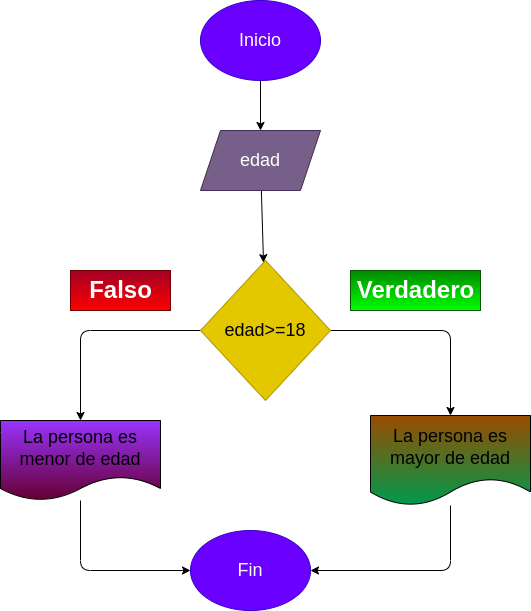
Above: ejercicio9_multiplo/diagrama.png in juanomanino/EjerciciosIftemporal (draw.io), before the change. Source tidied: cells renumbered, new cells last; positions are measured from the earlier drawing's top-left corner, leaving out a move shared by most shapes.
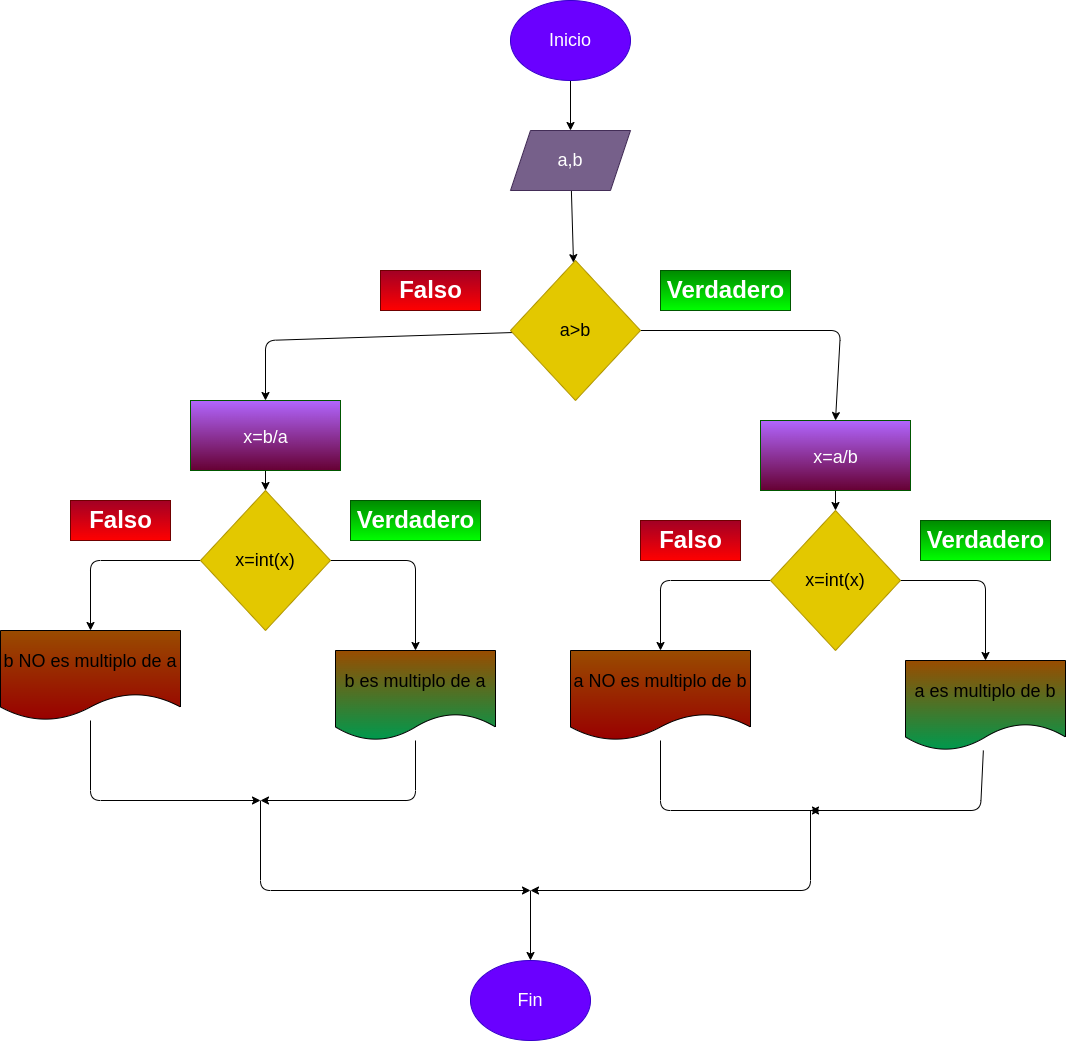
After the change.

What changed in the source:
```diff
@@ -11,45 +11,36 @@
     <mxCell id="4" style="edgeStyle=none;html=1;fontSize=18;" parent="1" edge="1" source="5" target="8">
       <mxGeometry relative="1" as="geometry" />
     </mxCell>
-    <mxCell id="5" value="&lt;font style=&quot;font-size: 18px&quot;&gt;edad&lt;/font&gt;" style="shape=parallelogram;perimeter=parallelogramPerimeter;whiteSpace=wrap;html=1;fixedSize=1;fillColor=#76608a;fontColor=#ffffff;strokeColor=#432D57;" parent="1" vertex="1">
+    <mxCell id="5" value="&lt;font style=&quot;font-size: 18px&quot;&gt;a,b&lt;/font&gt;" style="shape=parallelogram;perimeter=parallelogramPerimeter;whiteSpace=wrap;html=1;fixedSize=1;fillColor=#76608a;fontColor=#ffffff;strokeColor=#432D57;" parent="1" vertex="1">
       <mxGeometry x="200" y="130" width="120" height="60" as="geometry" />
     </mxCell>
-    <mxCell id="6" style="edgeStyle=none;html=1;entryX=0.5;entryY=0;entryDx=0;entryDy=0;fontSize=18;" parent="1" edge="1" source="8" target="12">
-      <mxGeometry relative="1" as="geometry">
-        <Array as="points">
-          <mxPoint x="450" y="330" />
-        </Array>
-      </mxGeometry>
-    </mxCell>
-    <mxCell id="7" style="edgeStyle=none;html=1;exitX=0;exitY=0.5;exitDx=0;exitDy=0;entryX=0.5;entryY=0;entryDx=0;entryDy=0;fontSize=18;" parent="1" edge="1" source="8" target="10">
-      <mxGeometry relative="1" as="geometry">
-        <Array as="points">
-          <mxPoint x="80" y="330" />
-        </Array>
-      </mxGeometry>
-    </mxCell>
+    <mxCell id="16" style="edgeStyle=none;html=1;entryX=0.5;entryY=0;entryDx=0;entryDy=0;" parent="1" edge="1" source="8" target="20">
+      <mxGeometry relative="1" as="geometry">
+        <Array as="points">
+          <mxPoint x="530" y="330" />
+        </Array>
+      </mxGeometry>
+    </mxCell>
+    <mxCell id="17" style="edgeStyle=none;html=1;fontSize=18;entryX=0.5;entryY=0;entryDx=0;entryDy=0;" parent="1" edge="1" source="8" target="31">
+      <mxGeometry relative="1" as="geometry">
+        <Array as="points">
+          <mxPoint x="-45" y="340" />
+        </Array>
+      </mxGeometry>
+    </mxCell>
-    <mxCell id="8" value="edad&amp;gt;=18" style="rhombus;whiteSpace=wrap;html=1;fontSize=18;fillColor=#e3c800;fontColor=#000000;strokeColor=#B09500;" parent="1" vertex="1">
+    <mxCell id="8" value="a&amp;gt;b" style="rhombus;whiteSpace=wrap;html=1;fontSize=18;fillColor=#e3c800;fontColor=#000000;strokeColor=#B09500;" parent="1" vertex="1">
       <mxGeometry x="200" y="260" width="130" height="140" as="geometry" />
     </mxCell>
-    <mxCell id="9" style="edgeStyle=none;html=1;entryX=0;entryY=0.5;entryDx=0;entryDy=0;fontSize=18;" parent="1" edge="1" source="10" target="15">
-      <mxGeometry relative="1" as="geometry">
-        <Array as="points">
-          <mxPoint x="80" y="570" />
-        </Array>
-      </mxGeometry>
-    </mxCell>
-    <mxCell id="10" value="La persona es menor de edad" style="shape=document;whiteSpace=wrap;html=1;boundedLbl=1;fontSize=18;fillColor=#9933FF;gradientColor=#660033;" parent="1" vertex="1">
-      <mxGeometry y="420" width="160" height="80" as="geometry" />
-    </mxCell>
-    <mxCell id="11" style="edgeStyle=none;html=1;entryX=1;entryY=0.5;entryDx=0;entryDy=0;fontSize=18;" parent="1" edge="1" source="12" target="15">
-      <mxGeometry relative="1" as="geometry">
-        <Array as="points">
-          <mxPoint x="450" y="570" />
-        </Array>
-      </mxGeometry>
-    </mxCell>
+    <mxCell id="18" style="edgeStyle=none;html=1;fontSize=18;" parent="1" edge="1" source="12">
+      <mxGeometry relative="1" as="geometry">
+        <mxPoint x="500" y="810" as="targetPoint" />
+        <Array as="points">
+          <mxPoint x="670" y="810" />
+        </Array>
+      </mxGeometry>
+    </mxCell>
-    <mxCell id="12" value="La persona es mayor de edad" style="shape=document;whiteSpace=wrap;html=1;boundedLbl=1;fontSize=18;gradientColor=#00994D;fillColor=#994C00;" parent="1" vertex="1">
-      <mxGeometry x="370" y="415" width="160" height="90" as="geometry" />
+    <mxCell id="12" value="a es multiplo de b" style="shape=document;whiteSpace=wrap;html=1;boundedLbl=1;fontSize=18;gradientColor=#00994D;fillColor=#994C00;" parent="1" vertex="1">
+      <mxGeometry x="595" y="660" width="160" height="90" as="geometry" />
     </mxCell>
     <mxCell id="13" value="Falso" style="text;strokeColor=#6F0000;fillColor=#a20025;html=1;fontSize=24;fontStyle=1;verticalAlign=middle;align=center;fontColor=#ffffff;gradientColor=#FF0000;" parent="1" vertex="1">
       <mxGeometry x="70" y="270" width="100" height="40" as="geometry" />
@@ -58,7 +49,121 @@
       <mxGeometry x="350" y="270" width="130" height="40" as="geometry" />
     </mxCell>
     <mxCell id="15" value="Fin" style="ellipse;whiteSpace=wrap;html=1;fontSize=18;fillColor=#6a00ff;fontColor=#ffffff;strokeColor=#3700CC;" parent="1" vertex="1">
-      <mxGeometry x="190" y="530" width="120" height="80" as="geometry" />
+      <mxGeometry x="160" y="960" width="120" height="80" as="geometry" />
     </mxCell>
+    <mxCell id="19" style="edgeStyle=none;html=1;fontSize=18;" parent="1" edge="1" source="20" target="23">
+      <mxGeometry relative="1" as="geometry" />
+    </mxCell>
+    <mxCell id="20" value="&lt;span style=&quot;font-size: 18px ; font-weight: 400&quot;&gt;x=a/b&lt;/span&gt;" style="text;strokeColor=#005700;fillColor=#B266FF;html=1;fontSize=24;fontStyle=1;verticalAlign=middle;align=center;fontColor=#ffffff;gradientColor=#660033;" parent="1" vertex="1">
+      <mxGeometry x="450" y="420" width="150" height="70" as="geometry" />
+    </mxCell>
+    <mxCell id="21" style="edgeStyle=none;html=1;" parent="1" edge="1" source="23" target="12">
+      <mxGeometry relative="1" as="geometry">
+        <Array as="points">
+          <mxPoint x="675" y="580" />
+        </Array>
+      </mxGeometry>
+    </mxCell>
+    <mxCell id="22" style="edgeStyle=none;html=1;entryX=0.5;entryY=0;entryDx=0;entryDy=0;fontSize=18;" parent="1" edge="1" source="23" target="27">
+      <mxGeometry relative="1" as="geometry">
+        <Array as="points">
+          <mxPoint x="350" y="580" />
+        </Array>
+      </mxGeometry>
+    </mxCell>
+    <mxCell id="23" value="x=int(x)" style="rhombus;whiteSpace=wrap;html=1;fontSize=18;fillColor=#e3c800;fontColor=#000000;strokeColor=#B09500;" parent="1" vertex="1">
+      <mxGeometry x="460" y="510" width="130" height="140" as="geometry" />
+    </mxCell>
+    <mxCell id="24" value="Falso" style="text;strokeColor=#6F0000;fillColor=#a20025;html=1;fontSize=24;fontStyle=1;verticalAlign=middle;align=center;fontColor=#ffffff;gradientColor=#FF0000;" parent="1" vertex="1">
+      <mxGeometry x="330" y="520" width="100" height="40" as="geometry" />
+    </mxCell>
+    <mxCell id="25" value="Verdadero" style="text;strokeColor=#005700;fillColor=#008a00;html=1;fontSize=24;fontStyle=1;verticalAlign=middle;align=center;fontColor=#ffffff;gradientColor=#00FF00;" parent="1" vertex="1">
+      <mxGeometry x="610" y="520" width="130" height="40" as="geometry" />
+    </mxCell>
+    <mxCell id="26" style="edgeStyle=none;html=1;fontSize=18;" parent="1" edge="1" source="27">
+      <mxGeometry relative="1" as="geometry">
+        <mxPoint x="510" y="810" as="targetPoint" />
+        <Array as="points">
+          <mxPoint x="350" y="810" />
+        </Array>
+      </mxGeometry>
+    </mxCell>
+    <mxCell id="27" value="a NO es multiplo de b" style="shape=document;whiteSpace=wrap;html=1;boundedLbl=1;fontSize=18;gradientColor=#990000;fillColor=#994C00;" parent="1" vertex="1">
+      <mxGeometry x="260" y="650" width="180" height="90" as="geometry" />
+    </mxCell>
+    <mxCell id="28" style="edgeStyle=none;html=1;fontSize=18;" parent="1" edge="1" source="29">
+      <mxGeometry relative="1" as="geometry">
+        <mxPoint x="-50" y="800" as="targetPoint" />
+        <Array as="points">
+          <mxPoint x="105" y="800" />
+        </Array>
+      </mxGeometry>
+    </mxCell>
+    <mxCell id="29" value="b es multiplo de a" style="shape=document;whiteSpace=wrap;html=1;boundedLbl=1;fontSize=18;gradientColor=#00994D;fillColor=#994C00;" parent="1" vertex="1">
+      <mxGeometry x="25" y="650" width="160" height="90" as="geometry" />
+    </mxCell>
+    <mxCell id="30" style="edgeStyle=none;html=1;fontSize=18;" parent="1" edge="1" source="31" target="34">
+      <mxGeometry relative="1" as="geometry" />
+    </mxCell>
+    <mxCell id="31" value="&lt;span style=&quot;font-size: 18px ; font-weight: 400&quot;&gt;x=b/a&lt;/span&gt;" style="text;strokeColor=#005700;fillColor=#B266FF;html=1;fontSize=24;fontStyle=1;verticalAlign=middle;align=center;fontColor=#ffffff;gradientColor=#660033;" parent="1" vertex="1">
+      <mxGeometry x="-120" y="400" width="150" height="70" as="geometry" />
+    </mxCell>
+    <mxCell id="32" style="edgeStyle=none;html=1;" parent="1" edge="1" source="34" target="29">
+      <mxGeometry relative="1" as="geometry">
+        <Array as="points">
+          <mxPoint x="105" y="560" />
+        </Array>
+      </mxGeometry>
+    </mxCell>
+    <mxCell id="33" style="edgeStyle=none;html=1;entryX=0.5;entryY=0;entryDx=0;entryDy=0;fontSize=18;" parent="1" edge="1" source="34" target="38">
+      <mxGeometry relative="1" as="geometry">
+        <Array as="points">
+          <mxPoint x="-220" y="560" />
+        </Array>
+      </mxGeometry>
+    </mxCell>
+    <mxCell id="34" value="x=int(x)" style="rhombus;whiteSpace=wrap;html=1;fontSize=18;fillColor=#e3c800;fontColor=#000000;strokeColor=#B09500;" parent="1" vertex="1">
+      <mxGeometry x="-110" y="490" width="130" height="140" as="geometry" />
+    </mxCell>
+    <mxCell id="35" value="Falso" style="text;strokeColor=#6F0000;fillColor=#a20025;html=1;fontSize=24;fontStyle=1;verticalAlign=middle;align=center;fontColor=#ffffff;gradientColor=#FF0000;" parent="1" vertex="1">
+      <mxGeometry x="-240" y="500" width="100" height="40" as="geometry" />
+    </mxCell>
+    <mxCell id="36" value="Verdadero" style="text;strokeColor=#005700;fillColor=#008a00;html=1;fontSize=24;fontStyle=1;verticalAlign=middle;align=center;fontColor=#ffffff;gradientColor=#00FF00;" parent="1" vertex="1">
+      <mxGeometry x="40" y="500" width="130" height="40" as="geometry" />
+    </mxCell>
+    <mxCell id="37" style="edgeStyle=none;html=1;fontSize=18;" parent="1" edge="1" source="38">
+      <mxGeometry relative="1" as="geometry">
+        <mxPoint x="-50" y="800" as="targetPoint" />
+        <Array as="points">
+          <mxPoint x="-220" y="800" />
+        </Array>
+      </mxGeometry>
+    </mxCell>
+    <mxCell id="38" value="b NO es multiplo de a" style="shape=document;whiteSpace=wrap;html=1;boundedLbl=1;fontSize=18;gradientColor=#990000;fillColor=#994C00;" parent="1" vertex="1">
+      <mxGeometry x="-310" y="630" width="180" height="90" as="geometry" />
+    </mxCell>
+    <mxCell id="39" style="endArrow=classic;html=1;fontSize=18;" parent="1" edge="1">
+      <mxGeometry relative="1" as="geometry">
+        <mxPoint x="-50" y="800" as="sourcePoint" />
+        <mxPoint x="220" y="890" as="targetPoint" />
+        <Array as="points">
+          <mxPoint x="-50" y="890" />
+        </Array>
+      </mxGeometry>
+    </mxCell>
+    <mxCell id="40" style="endArrow=classic;html=1;fontSize=18;" parent="1" edge="1">
+      <mxGeometry relative="1" as="geometry">
+        <mxPoint x="500" y="810" as="sourcePoint" />
+        <mxPoint x="220" y="890" as="targetPoint" />
+        <Array as="points">
+          <mxPoint x="500" y="890" />
+        </Array>
+      </mxGeometry>
+    </mxCell>
+    <mxCell id="41" style="endArrow=classic;html=1;fontSize=18;" parent="1" edge="1" target="15">
+      <mxGeometry relative="1" as="geometry">
+        <mxPoint x="220" y="890" as="sourcePoint" />
+      </mxGeometry>
+    </mxCell>
   </root>
 </mxGraphModel>
```
